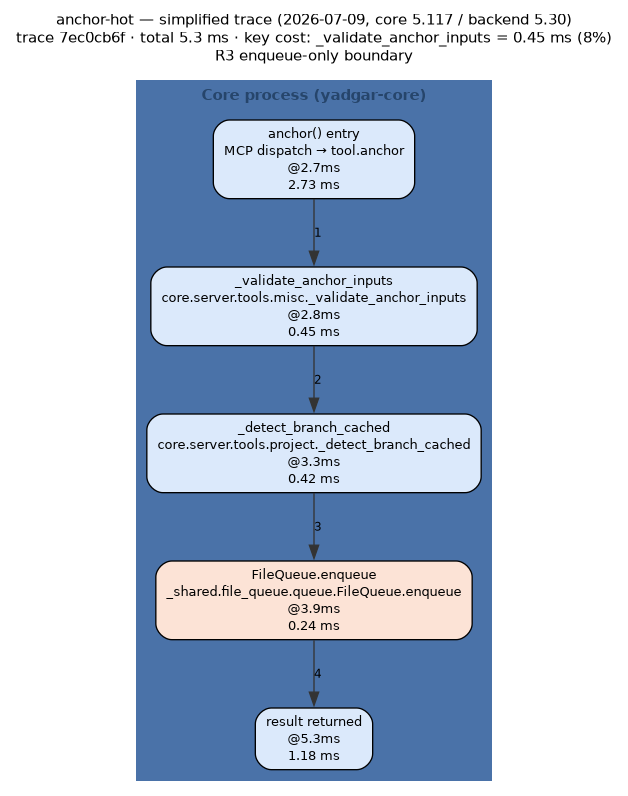
The Graphviz diagram docs/diagrams/out/anchor-hot-trace-2026-07-09.png in m-agahi/yadgar, before a commit. Its source is kept beside it as docs/diagrams/out/anchor-hot-trace-2026-07-09.dot.
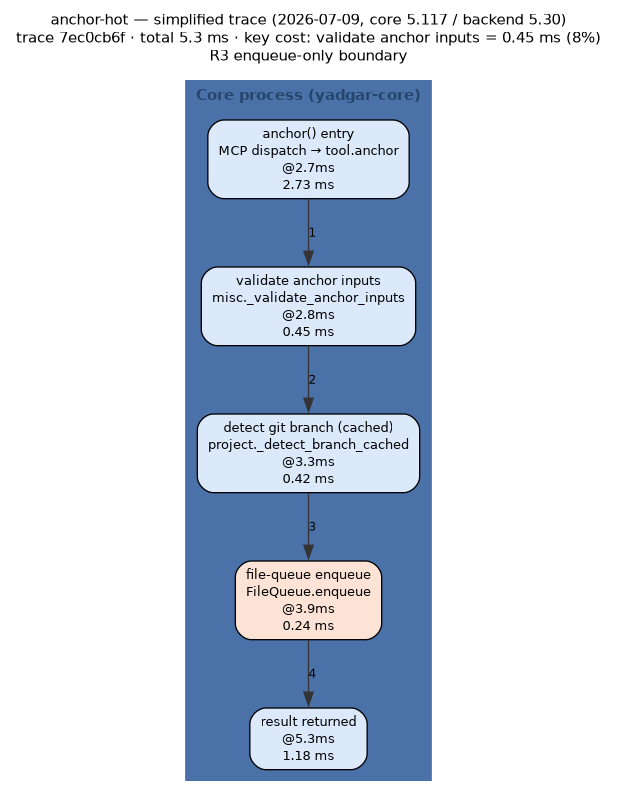
The same file after the commit.

The edit, as a diff of the source:
```diff
@@ -8,7 +8,7 @@
   node  [fontname="Helvetica", fontsize=10];
   edge  [fontname="Helvetica", fontsize=9];
   label="anchor-hot — simplified trace (2026-07-09, core 5.117 / backend 5.30)
-trace 7ec0cb6f · total 5.3 ms · key cost: _validate_anchor_inputs = 0.45 ms (8%)\nR3 enqueue-only boundary";
+trace 7ec0cb6f · total 5.3 ms · key cost: validate anchor inputs = 0.45 ms (8%)\nR3 enqueue-only boundary";
   subgraph "cluster_core" {
     label="Core process (yadgar-core)";
     style=filled;
@@ -17,9 +17,9 @@
     fontcolor="#26456b";
     fontname="Helvetica-Bold";
     "entry" [shape="box", style="rounded,filled", fillcolor="#dbe9fb", label="anchor() entry\nMCP dispatch → tool.anchor\n@2.7ms\n2.73 ms"];
-    "s0" [shape="box", style="rounded,filled", fillcolor="#dbe9fb", label="_validate_anchor_inputs\ncore.server.tools.misc._validate_anchor_inputs\n@2.8ms\n0.45 ms"];
-    "s1" [shape="box", style="rounded,filled", fillcolor="#dbe9fb", label="_detect_branch_cached\ncore.server.tools.project._detect_branch_cached\n@3.3ms\n0.42 ms"];
-    "s2" [shape="box", style="rounded,filled", fillcolor="#fce3d6", label="FileQueue.enqueue\n_shared.file_queue.queue.FileQueue.enqueue\n@3.9ms\n0.24 ms"];
+    "s0" [shape="box", style="rounded,filled", fillcolor="#dbe9fb", label="validate anchor inputs\nmisc._validate_anchor_inputs\n@2.8ms\n0.45 ms"];
+    "s1" [shape="box", style="rounded,filled", fillcolor="#dbe9fb", label="detect git branch (cached)\nproject._detect_branch_cached\n@3.3ms\n0.42 ms"];
+    "s2" [shape="box", style="rounded,filled", fillcolor="#fce3d6", label="file-queue enqueue\nFileQueue.enqueue\n@3.9ms\n0.24 ms"];
     "done" [shape="box", style="rounded,filled", fillcolor="#dbe9fb", label="result returned\n@5.3ms\n1.18 ms"];
   }
   "entry" -> "s0" [color="#333333", style="solid", label="1"];
```
